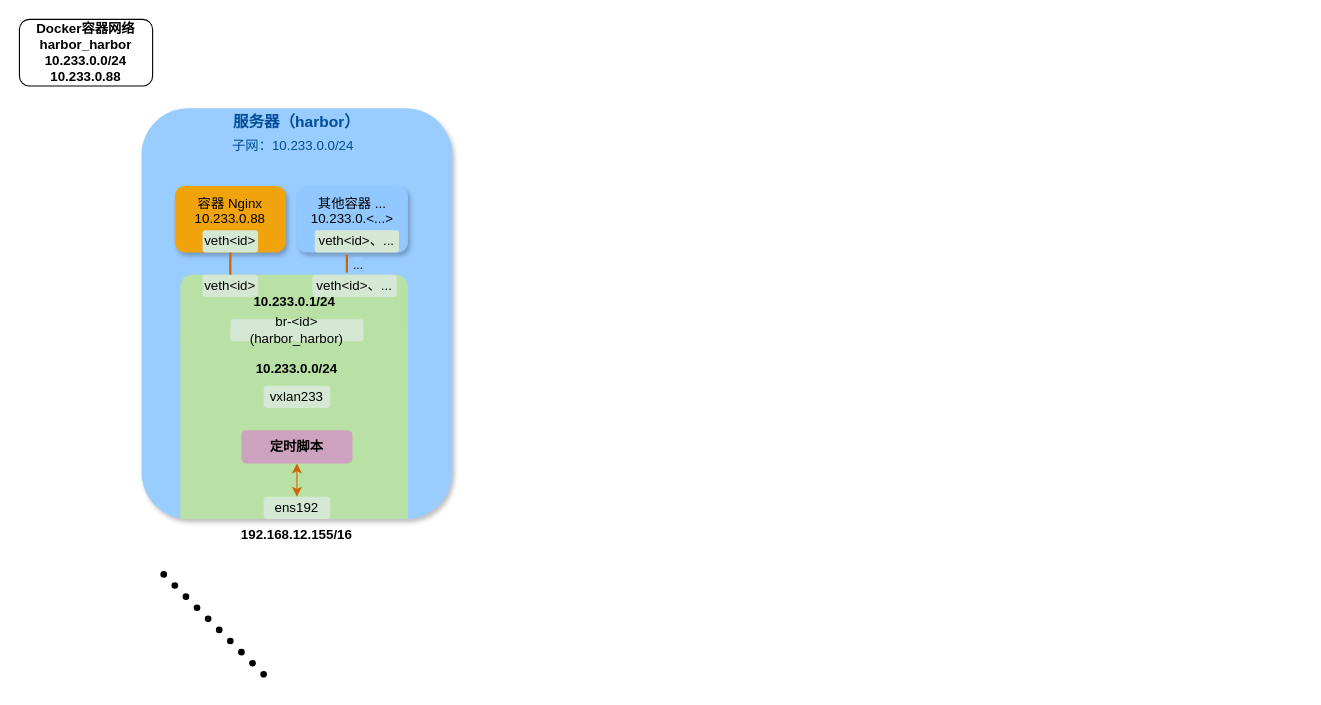
This is 自建vxlan隧道.drawio from C-Why/diagrams, a draw.io file, before an edit. Source tidied: cells renumbered, new cells numbered last; positions are measured from the earlier drawing's top-left corner, leaving out a move shared by most shapes. Both pictures are drawn from the tidied source at 111%, with x=0, y=0 at pixel (19, 19).
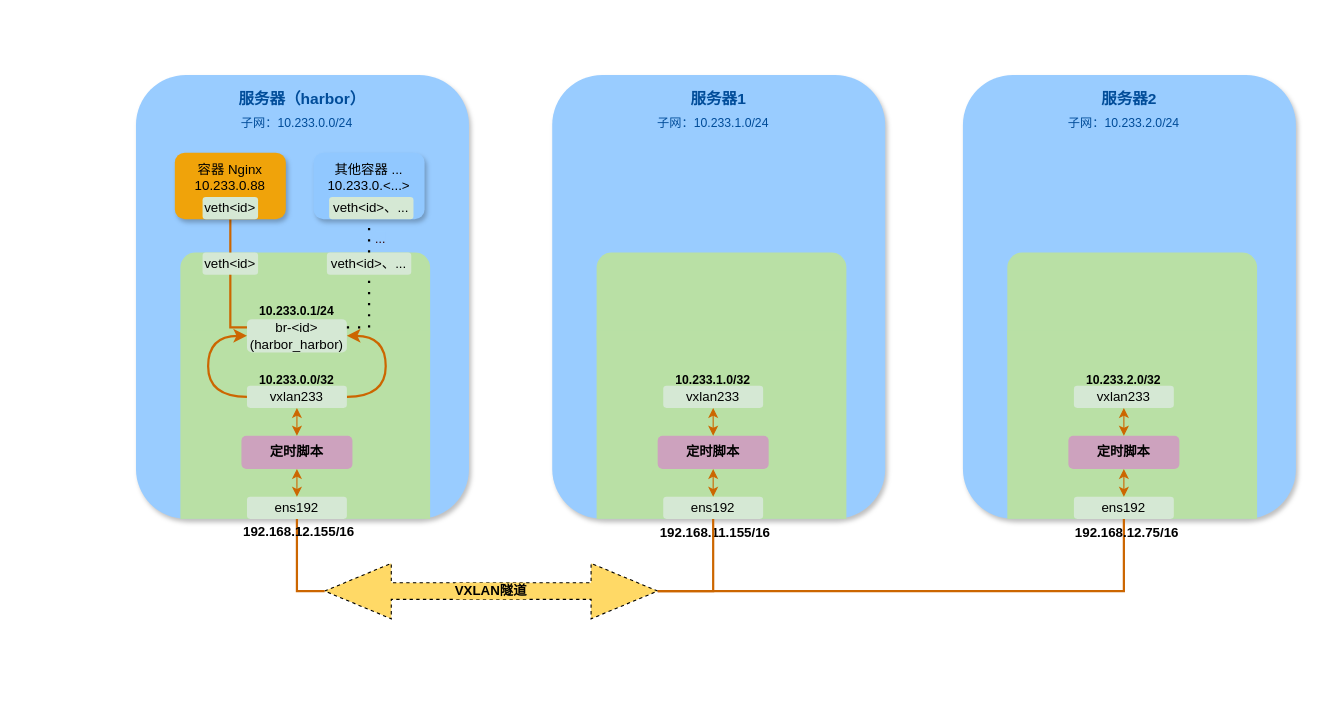
Above is the later version.

Commit message (it also covers changes not shown here):
更新自建vxlan隧道.drawio

Diff of the diagram source:
```diff
@@
     <mxCell id="2" style="rounded=1;whiteSpace=wrap;html=1;labelBackgroundColor=none;labelBorderColor=none;fillColor=#99CCFF;strokeColor=none;shadow=1;" parent="1" vertex="1">
-      <mxGeometry x="110" y="80" width="280" height="370" as="geometry" />
+      <mxGeometry x="105" y="50" width="300" height="400" as="geometry" />
     </mxCell>
-    <mxCell id="3" value="&lt;div style=&quot;font-size: 14px;&quot;&gt;服务器（harbor）&lt;/div&gt;&lt;div style=&quot;font-size: 14px;&quot;&gt;&lt;br&gt;&lt;/div&gt;" style="text;html=1;align=center;verticalAlign=middle;whiteSpace=wrap;rounded=0;fontStyle=1;fontColor=#004C99;fontSize=14;" parent="1" vertex="1">
-      <mxGeometry x="180" y="90" width="140" height="20" as="geometry" />
-    </mxCell>
-    <mxCell id="4" value="&lt;div align=&quot;right&quot;&gt;192.168.12.155/16&lt;/div&gt;" style="text;html=1;strokeColor=none;fillColor=none;align=center;verticalAlign=middle;whiteSpace=wrap;rounded=0;fontStyle=1;" parent="1" vertex="1">
-      <mxGeometry x="220" y="450" width="60" height="30" as="geometry" />
-    </mxCell>
-    <mxCell id="5" style="shape=waypoint;sketch=0;fillStyle=solid;size=6;fillColor=none;perimeter=centerPerimeter;" parent="1" vertex="1">
-      <mxGeometry x="120" y="490" width="20" height="20" as="geometry" />
-    </mxCell>
-    <mxCell id="6" style="shape=waypoint;sketch=0;fillStyle=solid;size=6;fillColor=none;perimeter=centerPerimeter;" parent="1" vertex="1">
-      <mxGeometry x="130" y="500" width="20" height="20" as="geometry" />
-    </mxCell>
-    <mxCell id="7" style="shape=waypoint;sketch=0;fillStyle=solid;size=6;fillColor=none;perimeter=centerPerimeter;" parent="1" vertex="1">
-      <mxGeometry x="140" y="510" width="20" height="20" as="geometry" />
-    </mxCell>
-    <mxCell id="8" style="shape=waypoint;sketch=0;fillStyle=solid;size=6;fillColor=none;perimeter=centerPerimeter;" parent="1" vertex="1">
-      <mxGeometry x="150" y="520" width="20" height="20" as="geometry" />
-    </mxCell>
-    <mxCell id="9" style="shape=waypoint;sketch=0;fillStyle=solid;size=6;fillColor=none;perimeter=centerPerimeter;" parent="1" vertex="1">
-      <mxGeometry x="160" y="530" width="20" height="20" as="geometry" />
-    </mxCell>
-    <mxCell id="10" style="shape=waypoint;sketch=0;fillStyle=solid;size=6;fillColor=none;perimeter=centerPerimeter;" parent="1" vertex="1">
-      <mxGeometry x="170" y="540" width="20" height="20" as="geometry" />
-    </mxCell>
-    <mxCell id="11" style="shape=waypoint;sketch=0;fillStyle=solid;size=6;fillColor=none;perimeter=centerPerimeter;" parent="1" vertex="1">
-      <mxGeometry x="180" y="550" width="20" height="20" as="geometry" />
-    </mxCell>
-    <mxCell id="12" style="shape=waypoint;sketch=0;fillStyle=solid;size=6;fillColor=none;perimeter=centerPerimeter;" parent="1" vertex="1">
-      <mxGeometry x="190" y="560" width="20" height="20" as="geometry" />
-    </mxCell>
-    <mxCell id="13" style="shape=waypoint;sketch=0;fillStyle=solid;size=6;fillColor=none;perimeter=centerPerimeter;" parent="1" vertex="1">
-      <mxGeometry x="200" y="570" width="20" height="20" as="geometry" />
-    </mxCell>
-    <mxCell id="14" style="shape=waypoint;sketch=0;fillStyle=solid;size=6;fillColor=none;perimeter=centerPerimeter;" parent="1" vertex="1">
-      <mxGeometry x="210" y="580" width="20" height="20" as="geometry" />
-    </mxCell>
-    <mxCell id="15" value="&lt;div&gt;Docker容器网络&lt;/div&gt;&lt;div&gt;harbor_harbor&lt;/div&gt;&lt;div&gt;10.233.0.0/24&lt;/div&gt;&lt;div&gt;10.233.0.88&lt;/div&gt;" style="rounded=1;whiteSpace=wrap;html=1;fontStyle=1;" parent="1" vertex="1">
-      <mxGeometry width="120" height="60" as="geometry" />
-    </mxCell>
     <mxCell id="16" style="rounded=1;whiteSpace=wrap;html=1;fillColor=#B9E0A5;strokeColor=none;" parent="1" vertex="1">
-      <mxGeometry x="145" y="230" width="205" height="70" as="geometry" />
+      <mxGeometry x="145" y="210" width="225" height="90" as="geometry" />
     </mxCell>
     <mxCell id="17" style="rounded=0;whiteSpace=wrap;html=1;fillColor=#B9E0A5;strokeColor=none;fontColor=#ffffff;" parent="1" vertex="1">
-      <mxGeometry x="145" y="280" width="205" height="170" as="geometry" />
+      <mxGeometry x="145" y="280" width="225" height="170" as="geometry" />
     </mxCell>
-    <mxCell id="18" value="&lt;div&gt;容器 Nginx&lt;/div&gt;&lt;div&gt;10.233.0.88&lt;/div&gt;&lt;div&gt;&lt;br&gt;&lt;/div&gt;" style="rounded=1;whiteSpace=wrap;html=1;fillColor=#F0A30A;fontColor=#000000;strokeColor=none;fillStyle=auto;glass=0;shadow=1;" parent="1" vertex="1">
-      <mxGeometry x="140" y="150" width="100" height="60" as="geometry" />
-    </mxCell>
     <mxCell id="19" value="&lt;div&gt;ens192&lt;/div&gt;" style="rounded=1;whiteSpace=wrap;html=1;fillColor=#D5E8D4;strokeColor=none;" parent="1" vertex="1">
-      <mxGeometry x="220" y="430" width="60" height="20" as="geometry" />
+      <mxGeometry x="205" y="430" width="90" height="20" as="geometry" />
     </mxCell>
     <mxCell id="20" value="定时脚本" style="rounded=1;whiteSpace=wrap;html=1;strokeColor=none;fillColor=#CDA2BE;fontStyle=1;" parent="1" vertex="1">
-      <mxGeometry x="200" y="370" width="100" height="30" as="geometry" />
+      <mxGeometry x="200" y="375" width="100" height="30" as="geometry" />
     </mxCell>
-    <mxCell id="21" value="&lt;div&gt;vxlan233&lt;/div&gt;" style="rounded=1;whiteSpace=wrap;html=1;fillColor=#D5E8D4;strokeColor=none;" parent="1" vertex="1">
-      <mxGeometry x="220" y="330" width="60" height="20" as="geometry" />
-    </mxCell>
-    <mxCell id="22" value="&lt;div&gt;10.233.0.0/24&lt;/div&gt;" style="text;html=1;strokeColor=none;fillColor=none;align=center;verticalAlign=middle;whiteSpace=wrap;rounded=0;fontStyle=1;" parent="1" vertex="1">
-      <mxGeometry x="220" y="310" width="60" height="10" as="geometry" />
-    </mxCell>
@@
-    <mxCell id="24" value="&lt;div&gt;br-&amp;lt;id&amp;gt;&lt;br&gt;&lt;/div&gt;&lt;div&gt;(harbor_harbor)&lt;/div&gt;" style="rounded=1;whiteSpace=wrap;html=1;fillColor=#D5E8D4;strokeColor=none;" parent="1" vertex="1">
-      <mxGeometry x="190" y="270" width="120" height="20" as="geometry" />
-    </mxCell>
-    <mxCell id="25" value="&lt;div&gt;10.233.0.1/24&lt;/div&gt;" style="text;html=1;strokeColor=none;fillColor=none;align=center;verticalAlign=middle;whiteSpace=wrap;rounded=0;fontStyle=1;" parent="1" vertex="1">
-      <mxGeometry x="217.5" y="250" width="60" height="10" as="geometry" />
-    </mxCell>
     <mxCell id="26" value="veth&amp;lt;id&amp;gt;、..." style="rounded=1;whiteSpace=wrap;html=1;fillColor=#D5E8D4;strokeColor=none;" parent="1" vertex="1">
-      <mxGeometry x="264" y="230" width="76" height="20" as="geometry" />
+      <mxGeometry x="277" y="210" width="76" height="20" as="geometry" />
     </mxCell>
-    <mxCell id="27" value="&lt;div&gt;其他容器 ...&lt;/div&gt;&lt;div&gt;10.233.0.&amp;lt;...&amp;gt;&lt;br&gt;&lt;/div&gt;&lt;div&gt;&lt;br&gt;&lt;/div&gt;" style="rounded=1;whiteSpace=wrap;html=1;fillColor=#91C8FF;fontColor=#000000;strokeColor=none;fillStyle=auto;glass=0;shadow=1;gradientColor=none;" parent="1" vertex="1">
-      <mxGeometry x="250" y="150" width="100" height="60" as="geometry" />
-    </mxCell>
-    <mxCell id="28" value="veth&amp;lt;id&amp;gt;" style="rounded=1;whiteSpace=wrap;html=1;fillColor=#D5E8D4;strokeColor=none;" parent="1" vertex="1">
-      <mxGeometry x="165" y="190" width="50" height="20" as="geometry" />
-    </mxCell>
     <mxCell id="29" value="veth&amp;lt;id&amp;gt;" style="rounded=1;whiteSpace=wrap;html=1;fillColor=#D5E8D4;strokeColor=none;" parent="1" vertex="1">
-      <mxGeometry x="165" y="230" width="50" height="20" as="geometry" />
+      <mxGeometry x="165" y="210" width="50" height="20" as="geometry" />
     </mxCell>
-    <mxCell id="30" value="子网：10.233.0.0/24" style="text;whiteSpace=wrap;html=1;fontColor=#004C99;" parent="1" vertex="1">
-      <mxGeometry x="190" y="100" width="140" height="20" as="geometry" />
-    </mxCell>
-    <mxCell id="31" value="veth&amp;lt;id&amp;gt;、..." style="rounded=1;whiteSpace=wrap;html=1;fillColor=#D5E8D4;strokeColor=none;" parent="1" vertex="1">
-      <mxGeometry x="266" y="190" width="76" height="20" as="geometry" />
-    </mxCell>
@@
-    <mxCell id="33" style="endArrow=none;html=1;rounded=0;entryX=0.382;entryY=1.1;entryDx=0;entryDy=0;exitX=0.408;exitY=-0.1;exitDx=0;exitDy=0;strokeColor=#CC6600;strokeWidth=2;entryPerimeter=0;exitPerimeter=0;" parent="1" edge="1" source="26" target="31">
+    <mxCell id="33" style="endArrow=none;html=1;rounded=0;entryX=0.5;entryY=1;entryDx=0;entryDy=0;exitX=0.5;exitY=0;exitDx=0;exitDy=0;strokeColor=default;strokeWidth=2;dashed=1;dashPattern=1 4;" parent="1" edge="1" source="26" target="27">
       <mxGeometry relative="1" as="geometry" />
     </mxCell>
@@
+    <mxCell id="35" style="endArrow=classic;startArrow=classic;rounded=0;exitX=0.5;exitY=1;exitDx=0;exitDy=0;entryX=0.5;entryY=0;entryDx=0;entryDy=0;labelBackgroundColor=none;fontColor=none;noLabel=1;fillColor=#f0a30a;strokeColor=#CC6600;strokeWidth=1;" parent="1" edge="1" source="21" target="20">
+      <mxGeometry relative="1" as="geometry" />
+    </mxCell>
+    <mxCell id="36" style="group;fontStyle=1;" parent="1" vertex="1">
+      <mxGeometry x="140" y="120" width="100" height="60" as="geometry" />
+    </mxCell>
+    <mxCell id="18" value="&lt;div&gt;容器 Nginx&lt;/div&gt;&lt;div&gt;10.233.0.88&lt;/div&gt;&lt;div&gt;&lt;br&gt;&lt;/div&gt;" style="rounded=1;whiteSpace=wrap;html=1;fillColor=#F0A30A;fontColor=#000000;strokeColor=none;fillStyle=auto;glass=0;shadow=1;" parent="36" vertex="1">
+      <mxGeometry width="100" height="60" as="geometry" />
+    </mxCell>
+    <mxCell id="28" value="veth&amp;lt;id&amp;gt;" style="rounded=1;whiteSpace=wrap;html=1;fillColor=#D5E8D4;strokeColor=none;" parent="36" vertex="1">
+      <mxGeometry x="25" y="40" width="50" height="20" as="geometry" />
+    </mxCell>
+    <mxCell id="37" style="group;" parent="1" vertex="1">
+      <mxGeometry x="265" y="120" width="100" height="60" as="geometry" />
+    </mxCell>
+    <mxCell id="27" value="&lt;div&gt;其他容器 ...&lt;/div&gt;&lt;div&gt;10.233.0.&amp;lt;...&amp;gt;&lt;br&gt;&lt;/div&gt;&lt;div&gt;&lt;br&gt;&lt;/div&gt;" style="rounded=1;whiteSpace=wrap;html=1;fillColor=#91C8FF;fontColor=#000000;strokeColor=none;fillStyle=auto;glass=0;shadow=1;gradientColor=none;" parent="37" vertex="1">
+      <mxGeometry width="100" height="60" as="geometry" />
+    </mxCell>
+    <mxCell id="31" value="veth&amp;lt;id&amp;gt;、..." style="rounded=1;whiteSpace=wrap;html=1;fillColor=#D5E8D4;strokeColor=none;" parent="37" vertex="1">
+      <mxGeometry x="14" y="40" width="76" height="20" as="geometry" />
+    </mxCell>
+    <mxCell id="38" style="group;" parent="1" vertex="1">
+      <mxGeometry x="205" y="256" width="90" height="44" as="geometry" />
+    </mxCell>
+    <mxCell id="24" value="&lt;div&gt;br-&amp;lt;id&amp;gt;&lt;br&gt;&lt;/div&gt;&lt;div&gt;(harbor_harbor)&lt;/div&gt;" style="rounded=1;whiteSpace=wrap;html=1;fillColor=#D5E8D4;strokeColor=none;" parent="38" vertex="1">
+      <mxGeometry y="14" width="90" height="30" as="geometry" />
+    </mxCell>
+    <mxCell id="25" value="&lt;div style=&quot;font-size: 11px;&quot;&gt;10.233.0.1/24&lt;/div&gt;" style="text;html=1;strokeColor=none;fillColor=none;align=center;verticalAlign=middle;whiteSpace=wrap;rounded=0;fontStyle=1;fontSize=11;" parent="38" vertex="1">
+      <mxGeometry x="10" width="70" height="14" as="geometry" />
+    </mxCell>
+    <mxCell id="39" style="endArrow=none;html=1;entryX=0.5;entryY=1;entryDx=0;entryDy=0;exitX=0;exitY=0.25;exitDx=0;exitDy=0;strokeColor=#CC6600;strokeWidth=2;rounded=0;edgeStyle=orthogonalEdgeStyle;" parent="1" edge="1" source="24" target="29">
+      <mxGeometry relative="1" as="geometry" />
+    </mxCell>
+    <mxCell id="40" style="endArrow=classic;html=1;rounded=0;exitX=0;exitY=0.5;exitDx=0;exitDy=0;entryX=0;entryY=0.5;entryDx=0;entryDy=0;labelPosition=center;verticalLabelPosition=top;align=center;verticalAlign=bottom;strokeColor=#CC6600;edgeStyle=orthogonalEdgeStyle;curved=1;strokeWidth=2;" parent="1" edge="1" source="21" target="24">
+      <mxGeometry relative="1" as="geometry">
+        <Array as="points">
+          <mxPoint x="170" y="340" />
+          <mxPoint x="170" y="285" />
+        </Array>
+      </mxGeometry>
+    </mxCell>
+    <mxCell id="41" style="endArrow=classic;html=1;rounded=0;exitX=1;exitY=0.5;exitDx=0;exitDy=0;labelPosition=center;verticalLabelPosition=top;align=center;verticalAlign=bottom;strokeColor=#CC6600;edgeStyle=orthogonalEdgeStyle;curved=1;strokeWidth=2;entryX=1;entryY=0.5;entryDx=0;entryDy=0;" parent="1" edge="1" source="21" target="24">
+      <mxGeometry relative="1" as="geometry">
+        <Array as="points">
+          <mxPoint x="330" y="340" />
+          <mxPoint x="330" y="285" />
+        </Array>
+      </mxGeometry>
+    </mxCell>
+    <mxCell id="42" style="group;" parent="1" vertex="1">
+      <mxGeometry x="205" y="320" width="90" height="30" as="geometry" />
+    </mxCell>
+    <mxCell id="21" value="&lt;div&gt;vxlan233&lt;/div&gt;" style="rounded=1;whiteSpace=wrap;html=1;fillColor=#D5E8D4;strokeColor=none;" parent="42" vertex="1">
+      <mxGeometry y="10" width="90" height="20" as="geometry" />
+    </mxCell>
+    <mxCell id="22" value="&lt;div style=&quot;font-size: 11px;&quot;&gt;10.233.0.0/32&lt;/div&gt;" style="text;html=1;strokeColor=none;fillColor=none;align=center;verticalAlign=middle;whiteSpace=wrap;rounded=0;fontStyle=1;fontSize=11;" parent="42" vertex="1">
+      <mxGeometry x="15" width="60" height="10" as="geometry" />
+    </mxCell>
+    <mxCell id="43" style="rounded=0;jettySize=auto;html=1;exitX=1;exitY=0.25;exitDx=0;exitDy=0;entryX=0.5;entryY=1;entryDx=0;entryDy=0;dashed=1;dashPattern=1 4;strokeColor=default;endArrow=none;endFill=0;strokeWidth=2;edgeStyle=orthogonalEdgeStyle;" parent="1" edge="1" source="24" target="26">
+      <mxGeometry relative="1" as="geometry" />
+    </mxCell>
+    <mxCell id="44" style="group;" parent="1" vertex="1">
+      <mxGeometry x="185" y="70" width="153" height="30" as="geometry" />
+    </mxCell>
+    <mxCell id="3" value="&lt;div style=&quot;font-size: 14px;&quot;&gt;服务器（harbor）&lt;/div&gt;&lt;div style=&quot;font-size: 14px;&quot;&gt;&lt;br&gt;&lt;/div&gt;" style="text;html=1;align=center;verticalAlign=middle;whiteSpace=wrap;rounded=0;fontStyle=1;fontColor=#004C99;fontSize=14;" parent="44" vertex="1">
+      <mxGeometry width="140" height="20" as="geometry" />
+    </mxCell>
+    <mxCell id="30" value="子网：10.233.0.0/24" style="text;whiteSpace=wrap;html=1;fontColor=#004C99;fontSize=11;" parent="44" vertex="1">
+      <mxGeometry x="13" y="10" width="140" height="20" as="geometry" />
+    </mxCell>
+    <mxCell id="45" style="rounded=1;whiteSpace=wrap;html=1;labelBackgroundColor=none;labelBorderColor=none;fillColor=#99CCFF;strokeColor=none;shadow=1;" parent="1" vertex="1">
+      <mxGeometry x="480" y="50" width="300" height="400" as="geometry" />
+    </mxCell>
+    <mxCell id="46" value="&lt;div align=&quot;right&quot;&gt;192.168.11.155/16&lt;/div&gt;" style="text;html=1;strokeColor=none;fillColor=none;align=center;verticalAlign=middle;whiteSpace=wrap;rounded=0;fontStyle=1;" parent="1" vertex="1">
+      <mxGeometry x="597" y="448" width="60" height="30" as="geometry" />
+    </mxCell>
+    <mxCell id="47" style="rounded=1;whiteSpace=wrap;html=1;fillColor=#B9E0A5;strokeColor=none;" parent="1" vertex="1">
+      <mxGeometry x="520" y="210" width="225" height="90" as="geometry" />
+    </mxCell>
+    <mxCell id="48" style="rounded=0;whiteSpace=wrap;html=1;fillColor=#B9E0A5;strokeColor=none;fontColor=#ffffff;" parent="1" vertex="1">
+      <mxGeometry x="520" y="280" width="225" height="170" as="geometry" />
+    </mxCell>
+    <mxCell id="49" value="&lt;div&gt;ens192&lt;/div&gt;" style="rounded=1;whiteSpace=wrap;html=1;fillColor=#D5E8D4;strokeColor=none;" parent="1" vertex="1">
+      <mxGeometry x="580" y="430" width="90" height="20" as="geometry" />
+    </mxCell>
+    <mxCell id="50" value="定时脚本" style="rounded=1;whiteSpace=wrap;html=1;strokeColor=none;fillColor=#CDA2BE;fontStyle=1;" parent="1" vertex="1">
+      <mxGeometry x="575" y="375" width="100" height="30" as="geometry" />
+    </mxCell>
+    <mxCell id="51" style="endArrow=classic;startArrow=classic;rounded=0;exitX=0.5;exitY=1;exitDx=0;exitDy=0;entryX=0.5;entryY=0;entryDx=0;entryDy=0;labelBackgroundColor=none;fontColor=none;noLabel=1;fillColor=#f0a30a;strokeColor=#CC6600;strokeWidth=1;" parent="1" edge="1" source="50" target="49">
+      <mxGeometry relative="1" as="geometry" />
+    </mxCell>
+    <mxCell id="52" style="endArrow=classic;startArrow=classic;rounded=0;exitX=0.5;exitY=1;exitDx=0;exitDy=0;entryX=0.5;entryY=0;entryDx=0;entryDy=0;labelBackgroundColor=none;fontColor=none;noLabel=1;fillColor=#f0a30a;strokeColor=#CC6600;strokeWidth=1;" parent="1" edge="1" source="54" target="50">
+      <mxGeometry relative="1" as="geometry" />
+    </mxCell>
+    <mxCell id="53" style="group;" parent="1" vertex="1">
+      <mxGeometry x="580" y="320" width="90" height="30" as="geometry" />
+    </mxCell>
+    <mxCell id="54" value="&lt;div&gt;vxlan233&lt;/div&gt;" style="rounded=1;whiteSpace=wrap;html=1;fillColor=#D5E8D4;strokeColor=none;" parent="53" vertex="1">
+      <mxGeometry y="10" width="90" height="20" as="geometry" />
+    </mxCell>
+    <mxCell id="55" value="&lt;div style=&quot;font-size: 11px;&quot;&gt;10.233.1.0/32&lt;/div&gt;" style="text;html=1;strokeColor=none;fillColor=none;align=center;verticalAlign=middle;whiteSpace=wrap;rounded=0;fontStyle=1;fontSize=11;" parent="53" vertex="1">
+      <mxGeometry x="15" width="60" height="10" as="geometry" />
+    </mxCell>
+    <mxCell id="56" style="group;" parent="1" vertex="1">
+      <mxGeometry x="560" y="70" width="153" height="30" as="geometry" />
+    </mxCell>
+    <mxCell id="57" value="&lt;div style=&quot;font-size: 14px;&quot;&gt;服务器1&lt;/div&gt;&lt;div style=&quot;font-size: 14px;&quot;&gt;&lt;br&gt;&lt;/div&gt;" style="text;html=1;align=center;verticalAlign=middle;whiteSpace=wrap;rounded=0;fontStyle=1;fontColor=#004C99;fontSize=14;" parent="56" vertex="1">
+      <mxGeometry width="140" height="20" as="geometry" />
+    </mxCell>
+    <mxCell id="58" value="子网：10.233.1.0/24" style="text;whiteSpace=wrap;html=1;fontColor=#004C99;fontSize=11;" parent="56" vertex="1">
+      <mxGeometry x="13" y="10" width="140" height="20" as="geometry" />
+    </mxCell>
+    <mxCell id="59" style="rounded=1;whiteSpace=wrap;html=1;labelBackgroundColor=none;labelBorderColor=none;fillColor=#99CCFF;strokeColor=none;shadow=1;" parent="1" vertex="1">
+      <mxGeometry x="850" y="50" width="300" height="400" as="geometry" />
+    </mxCell>
+    <mxCell id="60" style="rounded=1;whiteSpace=wrap;html=1;fillColor=#B9E0A5;strokeColor=none;" parent="1" vertex="1">
+      <mxGeometry x="890" y="210" width="225" height="90" as="geometry" />
+    </mxCell>
+    <mxCell id="61" style="rounded=0;whiteSpace=wrap;html=1;fillColor=#B9E0A5;strokeColor=none;fontColor=#ffffff;" parent="1" vertex="1">
+      <mxGeometry x="890" y="280" width="225" height="170" as="geometry" />
+    </mxCell>
+    <mxCell id="62" value="&lt;div&gt;ens192&lt;/div&gt;" style="rounded=1;whiteSpace=wrap;html=1;fillColor=#D5E8D4;strokeColor=none;" parent="1" vertex="1">
+      <mxGeometry x="950" y="430" width="90" height="20" as="geometry" />
+    </mxCell>
+    <mxCell id="63" value="定时脚本" style="rounded=1;whiteSpace=wrap;html=1;strokeColor=none;fillColor=#CDA2BE;fontStyle=1;" parent="1" vertex="1">
+      <mxGeometry x="945" y="375" width="100" height="30" as="geometry" />
+    </mxCell>
+    <mxCell id="64" style="endArrow=classic;startArrow=classic;rounded=0;exitX=0.5;exitY=1;exitDx=0;exitDy=0;entryX=0.5;entryY=0;entryDx=0;entryDy=0;labelBackgroundColor=none;fontColor=none;noLabel=1;fillColor=#f0a30a;strokeColor=#CC6600;strokeWidth=1;" parent="1" edge="1" source="63" target="62">
+      <mxGeometry relative="1" as="geometry" />
+    </mxCell>
+    <mxCell id="65" style="endArrow=classic;startArrow=classic;rounded=0;exitX=0.5;exitY=1;exitDx=0;exitDy=0;entryX=0.5;entryY=0;entryDx=0;entryDy=0;labelBackgroundColor=none;fontColor=none;noLabel=1;fillColor=#f0a30a;strokeColor=#CC6600;strokeWidth=1;" parent="1" edge="1" source="67" target="63">
+      <mxGeometry relative="1" as="geometry" />
+    </mxCell>
+    <mxCell id="66" style="group;" parent="1" vertex="1">
+      <mxGeometry x="950" y="320" width="90" height="30" as="geometry" />
+    </mxCell>
+    <mxCell id="67" value="&lt;div&gt;vxlan233&lt;/div&gt;" style="rounded=1;whiteSpace=wrap;html=1;fillColor=#D5E8D4;strokeColor=none;" parent="66" vertex="1">
+      <mxGeometry y="10" width="90" height="20" as="geometry" />
+    </mxCell>
+    <mxCell id="68" value="&lt;div style=&quot;font-size: 11px;&quot;&gt;10.233.2.0/32&lt;/div&gt;" style="text;html=1;strokeColor=none;fillColor=none;align=center;verticalAlign=middle;whiteSpace=wrap;rounded=0;fontStyle=1;fontSize=11;" parent="66" vertex="1">
+      <mxGeometry x="15" width="60" height="10" as="geometry" />
+    </mxCell>
+    <mxCell id="69" style="group;" parent="1" vertex="1">
+      <mxGeometry x="930" y="70" width="153" height="30" as="geometry" />
+    </mxCell>
+    <mxCell id="70" value="&lt;div style=&quot;font-size: 14px;&quot;&gt;服务器2&lt;/div&gt;&lt;div style=&quot;font-size: 14px;&quot;&gt;&lt;br&gt;&lt;/div&gt;" style="text;html=1;align=center;verticalAlign=middle;whiteSpace=wrap;rounded=0;fontStyle=1;fontColor=#004C99;fontSize=14;" parent="69" vertex="1">
+      <mxGeometry width="140" height="20" as="geometry" />
+    </mxCell>
+    <mxCell id="71" value="子网：10.233.2.0/24" style="text;whiteSpace=wrap;html=1;fontColor=#004C99;fontSize=11;" parent="69" vertex="1">
+      <mxGeometry x="13" y="10" width="140" height="20" as="geometry" />
+    </mxCell>
+    <mxCell id="72" style="edgeStyle=orthogonalEdgeStyle;rounded=0;jettySize=auto;html=1;endArrow=none;endFill=0;strokeWidth=2;strokeColor=#CC6600;" parent="1" edge="1" source="73" target="49">
+      <mxGeometry relative="1" as="geometry" />
+    </mxCell>
+    <mxCell id="73" value="VXLAN隧道" style="shape=doubleArrow;whiteSpace=wrap;html=1;fontStyle=1;fontColor=default;labelBackgroundColor=#FFD966;strokeColor=default;dashed=1;fillColor=#FFD966;" parent="1" vertex="1">
+      <mxGeometry x="275" y="490" width="300" height="50" as="geometry" />
+    </mxCell>
+    <mxCell id="74" style="edgeStyle=orthogonalEdgeStyle;rounded=0;jettySize=auto;html=1;endArrow=none;endFill=0;strokeColor=#CC6600;strokeWidth=2;entryX=1;entryY=0.5;entryDx=0;entryDy=0;entryPerimeter=0;" parent="1" edge="1" source="62" target="73">
+      <mxGeometry relative="1" as="geometry">
+        <Array as="points">
+          <mxPoint x="995" y="515" />
+        </Array>
+      </mxGeometry>
+    </mxCell>
+    <mxCell id="75" style="edgeStyle=orthogonalEdgeStyle;rounded=0;jettySize=auto;html=1;entryX=0;entryY=0.5;entryDx=0;entryDy=0;entryPerimeter=0;endArrow=none;endFill=0;strokeWidth=2;strokeColor=#CC6600;exitX=0.5;exitY=1;exitDx=0;exitDy=0;" parent="1" edge="1" source="19" target="73">
+      <mxGeometry relative="1" as="geometry" />
+    </mxCell>
+    <mxCell id="4" value="&lt;div align=&quot;right&quot;&gt;192.168.12.155/16&lt;/div&gt;" style="text;html=1;strokeColor=none;fillColor=none;align=center;verticalAlign=middle;whiteSpace=wrap;rounded=0;fontStyle=1;" parent="1" vertex="1">
+      <mxGeometry x="222" y="447" width="60" height="30" as="geometry" />
+    </mxCell>
+    <mxCell id="76" value="&lt;div align=&quot;right&quot;&gt;192.168.12.75/16&lt;/div&gt;" style="text;html=1;strokeColor=none;fillColor=none;align=center;verticalAlign=middle;whiteSpace=wrap;rounded=0;fontStyle=1;" parent="1" vertex="1">
+      <mxGeometry x="968" y="448" width="60" height="30" as="geometry" />
+    </mxCell>
```
